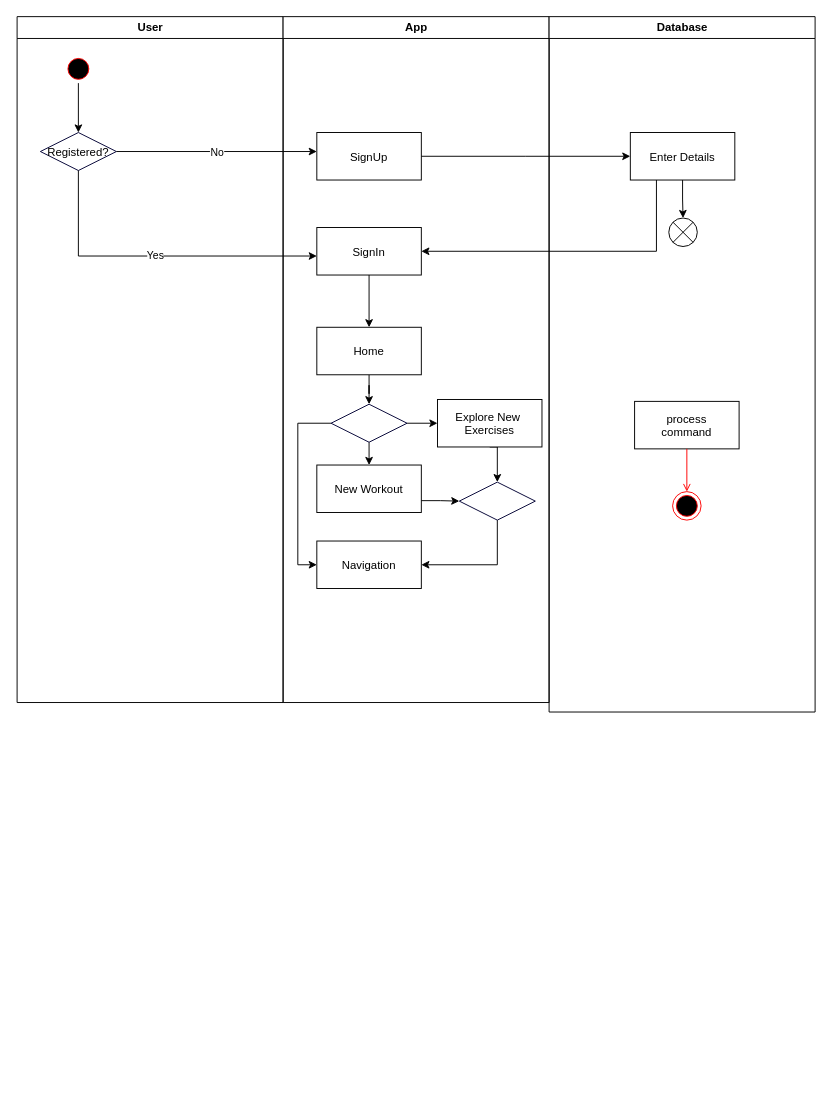
samuzaffar99/WorkoutTracker keeps this draw.io diagram as activity diag.drawio. Above is the earlier version. Source tidied: cells renumbered, new cells numbered last; positions are measured from the earlier drawing's top-left corner, leaving out a move shared by most shapes. Both pictures are drawn from the tidied source at 95%, with x=0, y=0 at pixel (16, 16).
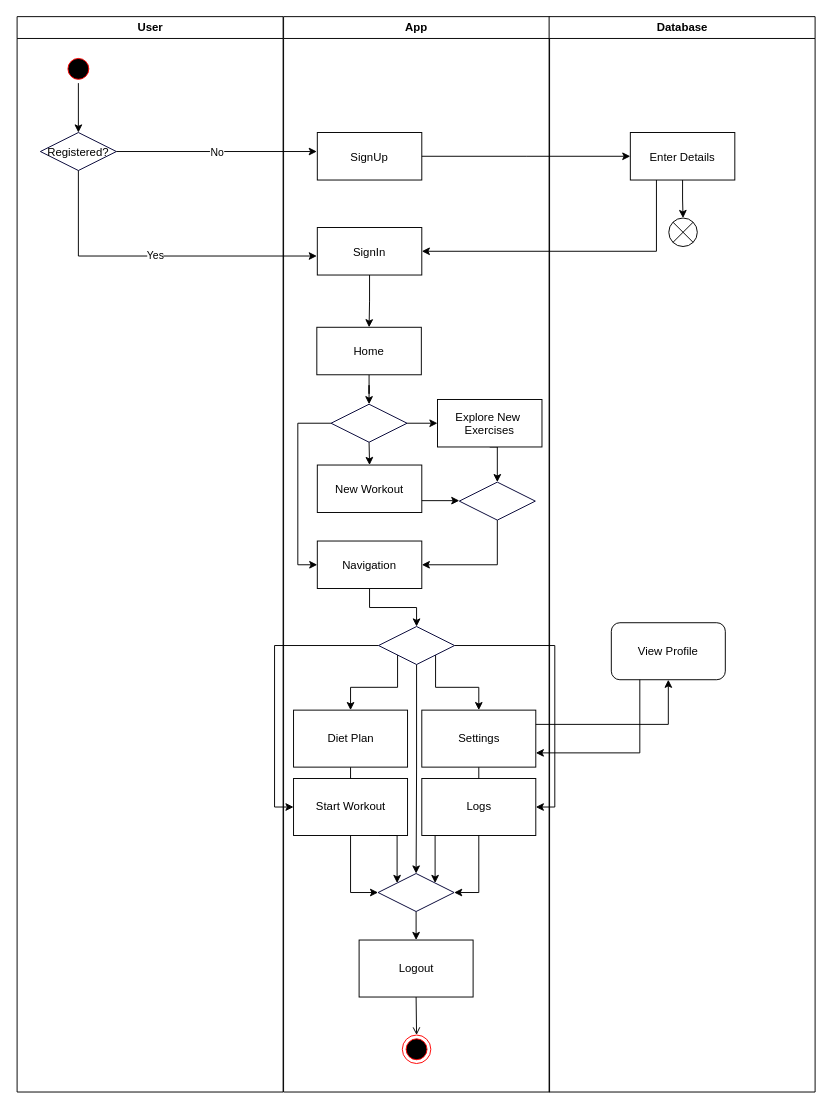
The same page after the edit.

Unchanged cells that the change refers to:
```xml
<mxCell id="10" value="Navigation" parent="6" vertex="1">
  <mxGeometry x="35.5" y="552" width="110" height="50" as="geometry" />
</mxCell>
```

Change to the diagram source:
```diff
@@
     <mxCell id="2" value="User" style="swimlane;whiteSpace=wrap;" parent="1" vertex="1">
-      <mxGeometry x="0.5" width="280" height="722" as="geometry" />
+      <mxGeometry x="0.5" width="280" height="1132" as="geometry" />
     </mxCell>
@@
     <mxCell id="6" value="App" style="swimlane;whiteSpace=wrap;" parent="1" vertex="1">
-      <mxGeometry x="280.5" width="280" height="722" as="geometry" />
+      <mxGeometry x="281" width="280" height="1132" as="geometry" />
     </mxCell>
+    <mxCell id="34" style="edgeStyle=orthogonalEdgeStyle;rounded=0;jettySize=auto;html=1;exitX=0.5;exitY=1;exitDx=0;exitDy=0;strokeColor=#000000;entryX=0;entryY=0.5;entryDx=0;entryDy=0;" parent="6" edge="1" source="43" target="49">
+      <mxGeometry relative="1" as="geometry">
+        <Array as="points">
+          <mxPoint x="71" y="922" />
+        </Array>
+      </mxGeometry>
+    </mxCell>
@@
+    <mxCell id="35" style="edgeStyle=orthogonalEdgeStyle;rounded=0;jettySize=auto;html=1;exitX=0.5;exitY=1;exitDx=0;exitDy=0;entryX=0.5;entryY=0;entryDx=0;entryDy=0;strokeColor=#000000;" parent="6" edge="1" source="10" target="42">
+      <mxGeometry relative="1" as="geometry" />
+    </mxCell>
@@
-    <mxCell id="11" value="Database" style="swimlane;whiteSpace=wrap;" parent="1" vertex="1">
-      <mxGeometry x="560.5" width="280" height="732" as="geometry" />
-    </mxCell>
-    <mxCell id="12" value="process&#10;command" parent="11" vertex="1">
-      <mxGeometry x="90" y="405" width="110" height="50" as="geometry" />
-    </mxCell>
+    <mxCell id="36" value="Start Workout" style="rounded=0;whiteSpace=wrap;html=1;" parent="6" vertex="1">
+      <mxGeometry x="10.5" y="802" width="120" height="60" as="geometry" />
+    </mxCell>
+    <mxCell id="37" style="edgeStyle=orthogonalEdgeStyle;rounded=0;jettySize=auto;html=1;exitX=0;exitY=0.5;exitDx=0;exitDy=0;entryX=0;entryY=0.5;entryDx=0;entryDy=0;strokeColor=#000000;" parent="6" edge="1" source="42" target="36">
+      <mxGeometry relative="1" as="geometry" />
+    </mxCell>
+    <mxCell id="38" style="edgeStyle=orthogonalEdgeStyle;rounded=0;jettySize=auto;html=1;exitX=1;exitY=0.5;exitDx=0;exitDy=0;entryX=1;entryY=0.5;entryDx=0;entryDy=0;strokeColor=#000000;" parent="6" edge="1" source="42" target="47">
+      <mxGeometry relative="1" as="geometry" />
+    </mxCell>
+    <mxCell id="39" style="edgeStyle=orthogonalEdgeStyle;rounded=0;jettySize=auto;html=1;exitX=0;exitY=1;exitDx=0;exitDy=0;entryX=0.5;entryY=0;entryDx=0;entryDy=0;strokeColor=#000000;" parent="6" edge="1" source="42" target="43">
+      <mxGeometry relative="1" as="geometry" />
+    </mxCell>
+    <mxCell id="40" style="edgeStyle=orthogonalEdgeStyle;rounded=0;jettySize=auto;html=1;exitX=1;exitY=1;exitDx=0;exitDy=0;entryX=0.5;entryY=0;entryDx=0;entryDy=0;strokeColor=#000000;" parent="6" edge="1" source="42" target="45">
+      <mxGeometry relative="1" as="geometry" />
+    </mxCell>
+    <mxCell id="41" style="edgeStyle=orthogonalEdgeStyle;rounded=0;jettySize=auto;html=1;exitX=0.5;exitY=1;exitDx=0;exitDy=0;strokeColor=#000000;" parent="6" edge="1" source="42" target="49">
+      <mxGeometry relative="1" as="geometry" />
+    </mxCell>
+    <mxCell id="42" style="rhombus;fillColor=#FFFFFF;strokeColor=#000033;" parent="6" vertex="1">
+      <mxGeometry x="100" y="642" width="80" height="40" as="geometry" />
+    </mxCell>
+    <mxCell id="43" value="Diet Plan" style="rounded=0;whiteSpace=wrap;html=1;" parent="6" vertex="1">
+      <mxGeometry x="10.5" y="730" width="120" height="60" as="geometry" />
+    </mxCell>
+    <mxCell id="44" style="edgeStyle=orthogonalEdgeStyle;rounded=0;jettySize=auto;html=1;exitX=0.5;exitY=1;exitDx=0;exitDy=0;entryX=1;entryY=0.5;entryDx=0;entryDy=0;strokeColor=#000000;" parent="6" edge="1" source="45" target="49">
+      <mxGeometry relative="1" as="geometry" />
+    </mxCell>
+    <mxCell id="45" value="Settings" style="rounded=0;whiteSpace=wrap;html=1;" parent="6" vertex="1">
+      <mxGeometry x="145.5" y="730" width="120" height="60" as="geometry" />
+    </mxCell>
+    <mxCell id="46" style="edgeStyle=orthogonalEdgeStyle;rounded=0;jettySize=auto;html=1;exitX=0.25;exitY=1;exitDx=0;exitDy=0;strokeColor=#000000;entryX=1;entryY=0;entryDx=0;entryDy=0;" parent="6" edge="1" source="47" target="49">
+      <mxGeometry relative="1" as="geometry">
+        <Array as="points">
+          <mxPoint x="160" y="862" />
+        </Array>
+      </mxGeometry>
+    </mxCell>
+    <mxCell id="47" value="Logs" style="rounded=0;whiteSpace=wrap;html=1;" parent="6" vertex="1">
+      <mxGeometry x="145.5" y="802" width="120" height="60" as="geometry" />
+    </mxCell>
+    <mxCell id="48" style="edgeStyle=orthogonalEdgeStyle;rounded=0;jettySize=auto;html=1;exitX=0.5;exitY=1;exitDx=0;exitDy=0;entryX=0.5;entryY=0;entryDx=0;entryDy=0;strokeColor=#000000;" parent="6" edge="1" source="49" target="51">
+      <mxGeometry relative="1" as="geometry" />
+    </mxCell>
+    <mxCell id="49" style="rhombus;fillColor=#FFFFFF;strokeColor=#000033;" parent="6" vertex="1">
+      <mxGeometry x="99.5" y="902" width="80" height="40" as="geometry" />
+    </mxCell>
+    <mxCell id="50" style="edgeStyle=orthogonalEdgeStyle;rounded=0;jettySize=auto;html=1;exitX=0.75;exitY=1;exitDx=0;exitDy=0;strokeColor=#000000;entryX=0;entryY=0;entryDx=0;entryDy=0;" parent="6" edge="1" source="36" target="49">
+      <mxGeometry relative="1" as="geometry">
+        <Array as="points">
+          <mxPoint x="120" y="862" />
+        </Array>
+      </mxGeometry>
+    </mxCell>
-    <mxCell id="13" style="ellipse;shape=endState;fillColor=#000000;strokeColor=#ff0000;" parent="11" vertex="1">
-      <mxGeometry x="130" y="500" width="30" height="30" as="geometry" />
+    <mxCell id="13" style="ellipse;shape=endState;fillColor=#000000;strokeColor=#ff0000;" parent="6" vertex="1">
+      <mxGeometry x="125" y="1072" width="30" height="30" as="geometry" />
     </mxCell>
-    <mxCell id="14" style="endArrow=open;strokeColor=#FF0000;endFill=1;rounded=0;" parent="11" edge="1" source="12" target="13">
+    <mxCell id="14" style="endArrow=open;endFill=1;rounded=0;exitX=0.5;exitY=1;exitDx=0;exitDy=0;" parent="6" edge="1" source="51" target="13">
       <mxGeometry relative="1" as="geometry" />
     </mxCell>
+    <mxCell id="51" value="Logout" style="rounded=0;whiteSpace=wrap;html=1;" parent="6" vertex="1">
+      <mxGeometry x="79.5" y="972" width="120" height="60" as="geometry" />
+    </mxCell>
+    <mxCell id="11" value="Database" style="swimlane;whiteSpace=wrap;" parent="1" vertex="1">
+      <mxGeometry x="560.5" width="280" height="1132" as="geometry" />
+    </mxCell>
@@
+    <mxCell id="52" value="View Profile" style="rounded=1;whiteSpace=wrap;html=1;" parent="11" vertex="1">
+      <mxGeometry x="65.5" y="638" width="120" height="60" as="geometry" />
+    </mxCell>
@@
+    <mxCell id="53" style="edgeStyle=orthogonalEdgeStyle;rounded=0;jettySize=auto;html=1;exitX=1;exitY=0.25;exitDx=0;exitDy=0;entryX=0.5;entryY=1;entryDx=0;entryDy=0;strokeColor=#000000;" parent="1" edge="1" source="45" target="52">
+      <mxGeometry relative="1" as="geometry" />
+    </mxCell>
+    <mxCell id="54" style="edgeStyle=orthogonalEdgeStyle;rounded=0;jettySize=auto;html=1;exitX=0.25;exitY=1;exitDx=0;exitDy=0;entryX=1;entryY=0.75;entryDx=0;entryDy=0;strokeColor=#000000;" parent="1" edge="1" source="52" target="45">
+      <mxGeometry relative="1" as="geometry" />
+    </mxCell>
```
